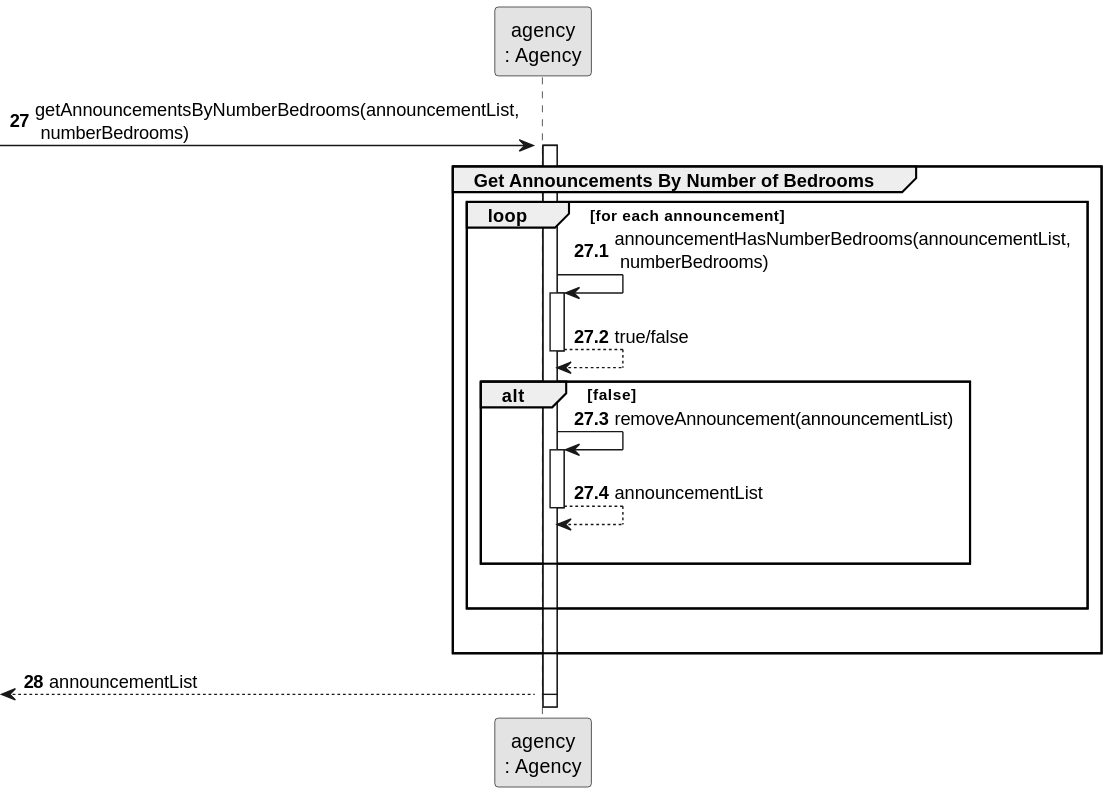
The PlantUML diagram docs/sprintB/us001/03.design/svg/us001-sequence-diagram-partial-get-announcements-by-number-bedrooms.svg in rita-barbosa/LAPR2-2223, before a commit.
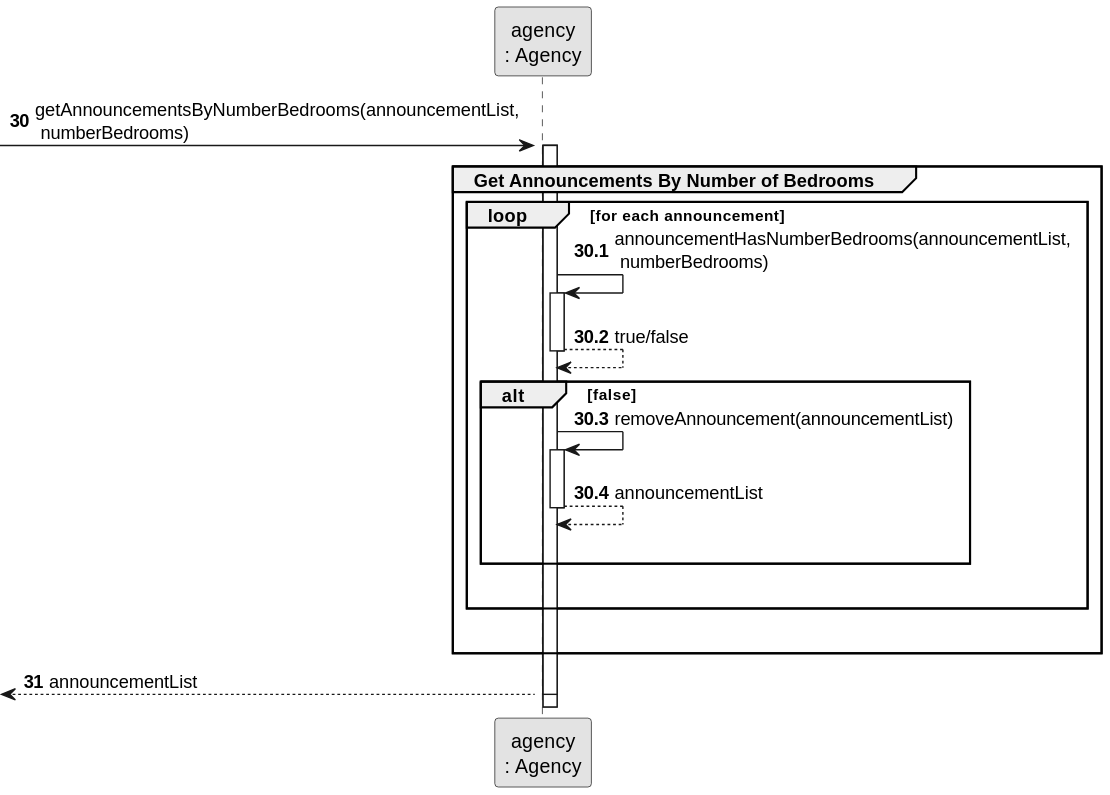
The same diagram one commit later.

The edit, as a diff of the source:
```diff
@@ -5,11 +5,11 @@
 
 participant "agency\n: Agency" as AGENCY
 
-autonumber 27
+autonumber 30
 -> AGENCY : getAnnouncementsByNumberBedrooms(announcementList,\n numberBedrooms)
 activate AGENCY
 
-autonumber 27.1
+autonumber 30.1
 activate AGENCY
     group Get Announcements By Number of Bedrooms
 
@@ -34,7 +34,7 @@
     |||
     end
 
-    autonumber 28
+    autonumber 31
 
     <-- AGENCY : announcementList
 deactivate AGENCY
```
